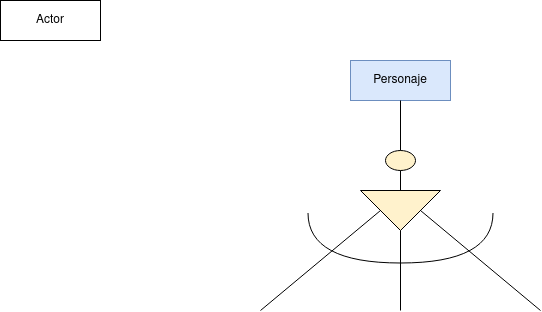
RafaelMayor/base-datos keeps this draw.io diagram as Unidad-1/Tareas/Tarea_Entregable-3/Diagrama Tarea Entregable 3.drawio.png. Above is the earlier version. Source tidied: cells renumbered, new cells last; positions are measured from the earlier drawing's top-left corner, leaving out a move shared by most shapes.
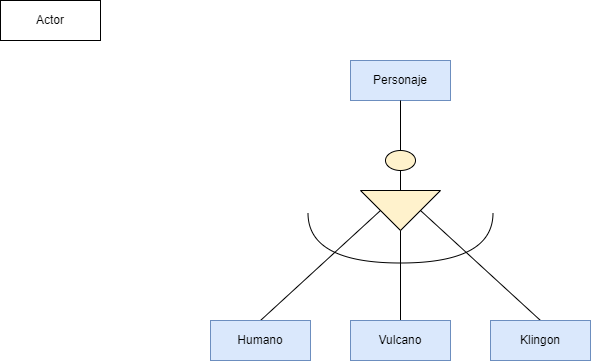
Above is the later version.

The edit, as a diff of the source:
```diff
@@ -20,23 +20,26 @@
     <mxCell id="7" style="endArrow=none;html=1;rounded=0;entryX=0.5;entryY=1;entryDx=0;entryDy=0;exitX=0;exitY=0.5;exitDx=0;exitDy=0;" parent="1" edge="1" source="5" target="4">
       <mxGeometry relative="1" as="geometry" />
     </mxCell>
-    <mxCell id="8" style="endArrow=none;html=1;rounded=0;entryX=1;entryY=0.5;entryDx=0;entryDy=0;exitX=0.5;exitY=0;exitDx=0;exitDy=0;" parent="1" edge="1" target="5">
-      <mxGeometry relative="1" as="geometry">
-        <mxPoint x="400" y="310" as="sourcePoint" />
-      </mxGeometry>
+    <mxCell id="8" style="endArrow=none;html=1;rounded=0;entryX=1;entryY=0.5;entryDx=0;entryDy=0;exitX=0.5;exitY=0;exitDx=0;exitDy=0;" parent="1" edge="1" source="13" target="5">
+      <mxGeometry relative="1" as="geometry" />
     </mxCell>
-    <mxCell id="9" style="endArrow=none;html=1;rounded=0;entryX=0.5;entryY=1;entryDx=0;entryDy=0;exitX=0.5;exitY=0;exitDx=0;exitDy=0;" parent="1" edge="1" target="5">
-      <mxGeometry relative="1" as="geometry">
-        <mxPoint x="260" y="310" as="sourcePoint" />
-      </mxGeometry>
+    <mxCell id="9" style="endArrow=none;html=1;rounded=0;entryX=0.5;entryY=1;entryDx=0;entryDy=0;exitX=0.5;exitY=0;exitDx=0;exitDy=0;" parent="1" edge="1" source="14" target="5">
+      <mxGeometry relative="1" as="geometry" />
     </mxCell>
-    <mxCell id="10" style="endArrow=none;html=1;rounded=0;entryX=0.5;entryY=0;entryDx=0;entryDy=0;exitX=0.5;exitY=0;exitDx=0;exitDy=0;" parent="1" edge="1" target="5">
-      <mxGeometry relative="1" as="geometry">
-        <mxPoint x="540" y="310" as="sourcePoint" />
-      </mxGeometry>
+    <mxCell id="10" style="endArrow=none;html=1;rounded=0;entryX=0.5;entryY=0;entryDx=0;entryDy=0;exitX=0.5;exitY=0;exitDx=0;exitDy=0;" parent="1" edge="1" source="12" target="5">
+      <mxGeometry relative="1" as="geometry" />
     </mxCell>
     <mxCell id="11" style="shape=requiredInterface;html=1;verticalLabelPosition=bottom;sketch=0;rotation=90;" parent="1" vertex="1">
       <mxGeometry x="375" y="145" width="50" height="185" as="geometry" />
     </mxCell>
+    <mxCell id="12" value="Klingon" style="whiteSpace=wrap;html=1;align=center;fillColor=#dae8fc;strokeColor=#6c8ebf;" parent="1" vertex="1">
+      <mxGeometry x="490" y="320" width="100" height="40" as="geometry" />
+    </mxCell>
+    <mxCell id="13" value="Vulcano" style="whiteSpace=wrap;html=1;align=center;fillColor=#dae8fc;strokeColor=#6c8ebf;" parent="1" vertex="1">
+      <mxGeometry x="350" y="320" width="100" height="40" as="geometry" />
+    </mxCell>
+    <mxCell id="14" value="Humano" style="whiteSpace=wrap;html=1;align=center;fillColor=#dae8fc;strokeColor=#6c8ebf;" parent="1" vertex="1">
+      <mxGeometry x="210" y="320" width="100" height="40" as="geometry" />
+    </mxCell>
   </root>
 </mxGraphModel>
```
